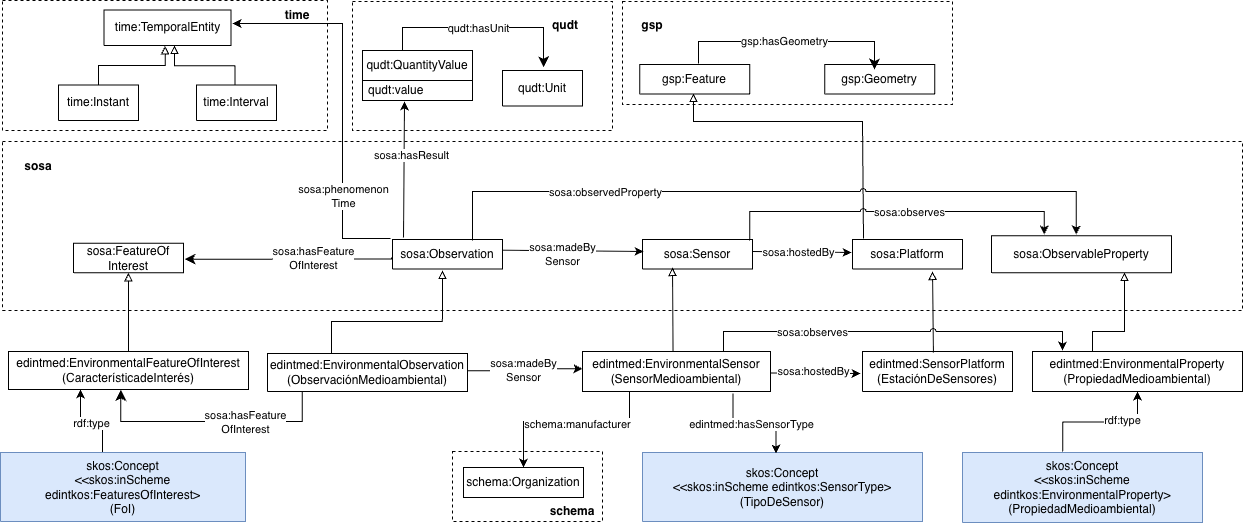
Earlier version of the draw.io export diagrams/diagrama-conceptual.png (EDINT-Ontologia/edint-ontologia-medio-ambiente). Source tidied: cells renumbered, new cells last; positions are measured from the earlier drawing's top-left corner, leaving out a move shared by most shapes.
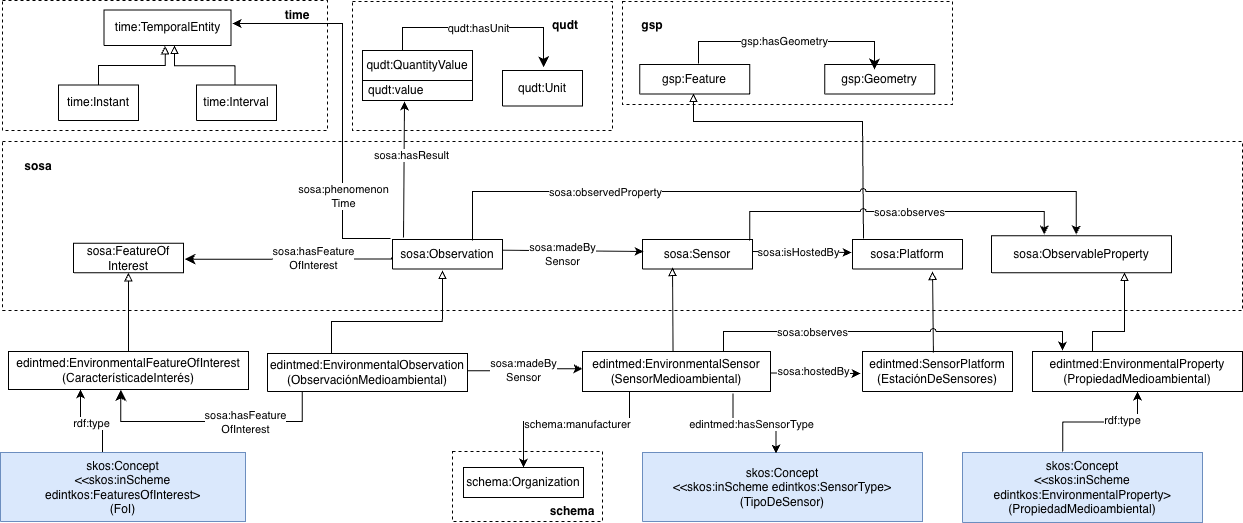
Later version of the same file.

Commit message:
Corrección sosa:isHostedBy

The edit, as a diff of the source:
```diff
@@ -253,7 +253,7 @@
         <mxPoint x="752" y="251" as="sourcePoint" />
       </mxGeometry>
     </mxCell>
-    <mxCell id="60" value="sosa:hostedBy" style="edgeLabel;html=1;align=center;verticalAlign=middle;" parent="59" vertex="1">
+    <mxCell id="60" value="sosa:isHostedBy" style="edgeLabel;html=1;align=center;verticalAlign=middle;" parent="59" vertex="1">
       <mxGeometry x="-0.09" relative="1" as="geometry" />
     </mxCell>
     <mxCell id="61" style="edgeStyle=orthogonalEdgeStyle;rounded=0;jettySize=auto;html=1;entryX=0.471;entryY=-0.032;entryDx=0;entryDy=0;entryPerimeter=0;fontColor=#009900;strokeColor=light-dark(#000000,#000000);jumpStyle=arc;" parent="1" edge="1" target="20">
```
